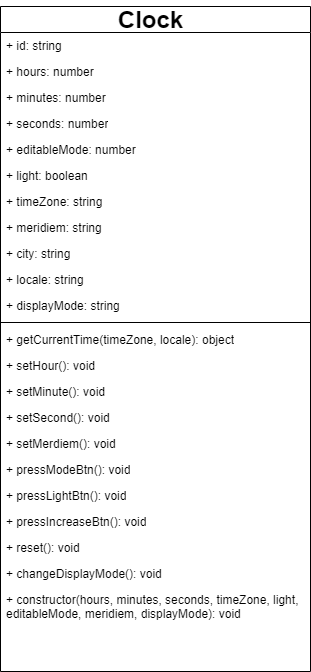
Earlier version of the draw.io export docs/Watch Diagram.drawio.png (yennguyenthihoang/digital-clock-react-app). Source tidied: cells renumbered, new cells last; positions are measured from the earlier drawing's top-left corner, leaving out a move shared by most shapes.
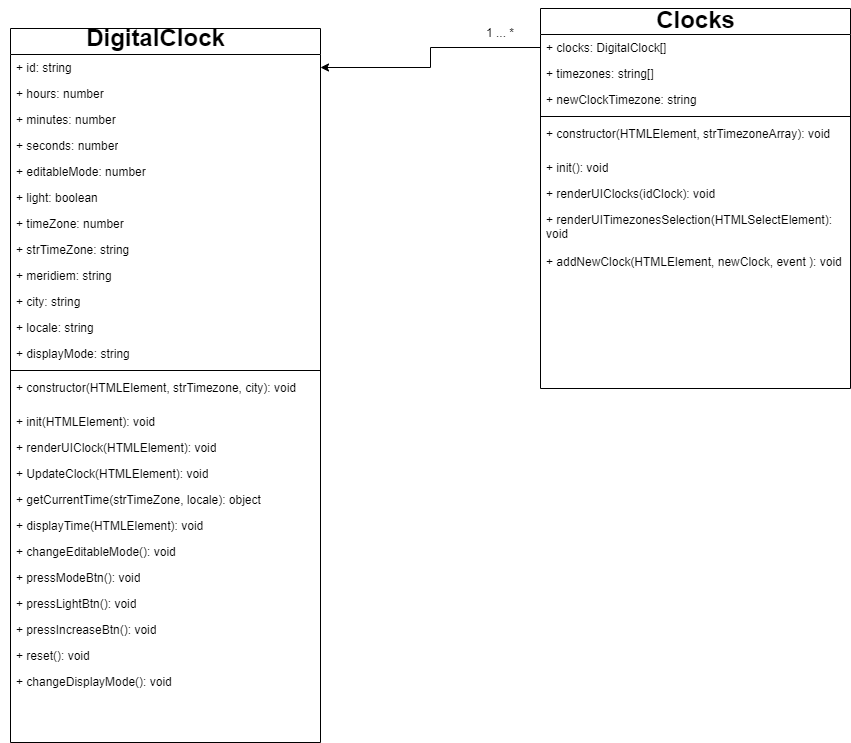
The same diagram one commit later.

Change to the diagram source:
```diff
@@ -3,7 +3,7 @@
     <mxCell id="0" />
     <mxCell id="1" parent="0" />
     <mxCell id="2" value="&lt;span style=&quot;color: rgba(0 , 0 , 0 , 0) ; font-family: monospace ; font-size: 0px ; font-weight: 400&quot;&gt;%3CmxGraphModel%3E%3Croot%3E%3CmxCell%20id%3D%220%22%2F%3E%3CmxCell%20id%3D%221%22%20parent%3D%220%22%2F%3E%3CmxCell%20id%3D%222%22%20value%3D%22%2B%20getSecond()%3A%20number%22%20style%3D%22text%3Bhtml%3D1%3BstrokeColor%3Dnone%3BfillColor%3Dnone%3Balign%3Dleft%3BverticalAlign%3Dtop%3BspacingLeft%3D4%3BspacingRight%3D4%3BwhiteSpace%3Dwrap%3Boverflow%3Dhidden%3Brotatable%3D0%3Bpoints%3D%5B%5B0%2C0.5%5D%2C%5B1%2C0.5%5D%5D%3BportConstraint%3Deastwest%3B%22%20vertex%3D%221%22%20parent%3D%221%22%3E%3CmxGeometry%20x%3D%2290%22%20y%3D%22377%22%20width%3D%22160%22%20height%3D%2226%22%20as%3D%22geometry%22%2F%3E%3C%2FmxCell%3E%3CmxCell%20id%3D%223%22%20value%3D%22%2B%20setSecond()%3A%20void%22%20style%3D%22text%3Bhtml%3D1%3BstrokeColor%3Dnone%3BfillColor%3Dnone%3Balign%3Dleft%3BverticalAlign%3Dtop%3BspacingLeft%3D4%3BspacingRight%3D4%3BwhiteSpace%3Dwrap%3Boverflow%3Dhidden%3Brotatable%3D0%3Bpoints%3D%5B%5B0%2C0.5%5D%2C%5B1%2C0.5%5D%5D%3BportConstraint%3Deastwest%3B%22%20vertex%3D%221%22%20parent%3D%221%22%3E%3CmxGeometry%20x%3D%2290%22%20y%3D%22403%22%20width%3D%22160%22%20height%3D%2226%22%20as%3D%22geometry%22%2F%3E%3C%2FmxCell%3E%3C%2Froot%3E%3C%2FmxGraphModel%3E&lt;/span&gt;" style="swimlane;html=1;fontStyle=1;align=center;verticalAlign=top;horizontal=1;startSize=26;swimlaneFillColor=#ffffff;rounded=0;shadow=0;comic=0;labelBackgroundColor=none;strokeWidth=1;fillColor=none;fontFamily=Verdana;fontSize=12;" parent="1" vertex="1">
-      <mxGeometry y="6" width="310" height="665" as="geometry" />
+      <mxGeometry y="6" width="310" height="714" as="geometry" />
     </mxCell>
     <mxCell id="3" value="+ id: string" style="text;html=1;strokeColor=none;fillColor=none;align=left;verticalAlign=top;spacingLeft=4;spacingRight=4;whiteSpace=wrap;overflow=hidden;points=[[0,0.5],[1,0.5]];portConstraint=eastwest;" parent="2" vertex="1">
       <mxGeometry y="26" width="310" height="26" as="geometry" />
@@ -23,59 +23,104 @@
     <mxCell id="8" value="+ light: boolean" style="text;html=1;strokeColor=none;fillColor=none;align=left;verticalAlign=top;spacingLeft=4;spacingRight=4;whiteSpace=wrap;overflow=hidden;" parent="2" vertex="1">
       <mxGeometry y="156" width="310" height="26" as="geometry" />
     </mxCell>
-    <mxCell id="9" value="+ timeZone: string" style="text;html=1;strokeColor=none;fillColor=none;align=left;verticalAlign=top;spacingLeft=4;spacingRight=4;whiteSpace=wrap;overflow=hidden;" parent="2" vertex="1">
+    <mxCell id="9" value="+ timeZone: number" style="text;html=1;strokeColor=none;fillColor=none;align=left;verticalAlign=top;spacingLeft=4;spacingRight=4;whiteSpace=wrap;overflow=hidden;" parent="2" vertex="1">
       <mxGeometry y="182" width="310" height="26" as="geometry" />
     </mxCell>
+    <mxCell id="27" value="+ strTimeZone: string" style="text;html=1;strokeColor=none;fillColor=none;align=left;verticalAlign=top;spacingLeft=4;spacingRight=4;whiteSpace=wrap;overflow=hidden;" parent="2" vertex="1">
+      <mxGeometry y="208" width="310" height="26" as="geometry" />
+    </mxCell>
     <mxCell id="10" value="+ meridiem: string" style="text;html=1;strokeColor=none;fillColor=none;align=left;verticalAlign=top;spacingLeft=4;spacingRight=4;whiteSpace=wrap;overflow=hidden;" parent="2" vertex="1">
-      <mxGeometry y="208" width="310" height="26" as="geometry" />
+      <mxGeometry y="234" width="310" height="26" as="geometry" />
     </mxCell>
     <mxCell id="11" value="+ city: string" style="text;html=1;strokeColor=none;fillColor=none;align=left;verticalAlign=top;spacingLeft=4;spacingRight=4;whiteSpace=wrap;overflow=hidden;" parent="2" vertex="1">
-      <mxGeometry y="234" width="310" height="26" as="geometry" />
+      <mxGeometry y="260" width="310" height="26" as="geometry" />
     </mxCell>
     <mxCell id="12" value="+ locale: string" style="text;html=1;strokeColor=none;fillColor=none;align=left;verticalAlign=top;spacingLeft=4;spacingRight=4;whiteSpace=wrap;overflow=hidden;" parent="2" vertex="1">
-      <mxGeometry y="260" width="310" height="26" as="geometry" />
+      <mxGeometry y="286" width="310" height="26" as="geometry" />
     </mxCell>
     <mxCell id="13" value="+ displayMode: string" style="text;html=1;strokeColor=none;fillColor=none;align=left;verticalAlign=top;spacingLeft=4;spacingRight=4;whiteSpace=wrap;overflow=hidden;" parent="2" vertex="1">
-      <mxGeometry y="286" width="310" height="26" as="geometry" />
+      <mxGeometry y="312" width="310" height="26" as="geometry" />
     </mxCell>
     <mxCell id="14" style="line;html=1;strokeWidth=1;fillColor=none;align=left;verticalAlign=middle;spacingTop=-1;spacingLeft=3;spacingRight=3;labelPosition=right;" parent="2" vertex="1">
-      <mxGeometry y="312" width="310" height="8" as="geometry" />
+      <mxGeometry y="338" width="310" height="8" as="geometry" />
     </mxCell>
+    <mxCell id="25" value="+ constructor(HTMLElement, strTimezone, city): void" style="text;html=1;strokeColor=none;fillColor=none;align=left;verticalAlign=top;spacingLeft=4;spacingRight=4;whiteSpace=wrap;overflow=hidden;" parent="2" vertex="1">
+      <mxGeometry y="346" width="310" height="34" as="geometry" />
+    </mxCell>
+    <mxCell id="16" value="+ init(HTMLElement): void" style="text;html=1;strokeColor=none;fillColor=none;align=left;verticalAlign=top;spacingLeft=4;spacingRight=4;whiteSpace=wrap;overflow=hidden;" parent="2" vertex="1">
+      <mxGeometry y="380" width="310" height="26" as="geometry" />
+    </mxCell>
+    <mxCell id="18" value="+ renderUIClock(HTMLElement): void" style="text;html=1;strokeColor=none;fillColor=none;align=left;verticalAlign=top;spacingLeft=4;spacingRight=4;whiteSpace=wrap;overflow=hidden;" parent="2" vertex="1">
+      <mxGeometry y="406" width="310" height="26" as="geometry" />
+    </mxCell>
+    <mxCell id="20" value="+ UpdateClock(HTMLElement): void" style="text;html=1;strokeColor=none;fillColor=none;align=left;verticalAlign=top;spacingLeft=4;spacingRight=4;whiteSpace=wrap;overflow=hidden;" parent="2" vertex="1">
+      <mxGeometry y="432" width="310" height="26" as="geometry" />
+    </mxCell>
-    <mxCell id="15" value="+ getCurrentTime(timeZone, locale): object" style="text;html=1;strokeColor=none;fillColor=none;align=left;verticalAlign=top;spacingLeft=4;spacingRight=4;whiteSpace=wrap;overflow=hidden;" parent="2" vertex="1">
-      <mxGeometry y="320" width="310" height="26" as="geometry" />
+    <mxCell id="15" value="+ getCurrentTime(strTimeZone, locale): object" style="text;html=1;strokeColor=none;fillColor=none;align=left;verticalAlign=top;spacingLeft=4;spacingRight=4;whiteSpace=wrap;overflow=hidden;" parent="2" vertex="1">
+      <mxGeometry y="458" width="310" height="26" as="geometry" />
     </mxCell>
-    <mxCell id="16" value="+ setHour(): void" style="text;html=1;strokeColor=none;fillColor=none;align=left;verticalAlign=top;spacingLeft=4;spacingRight=4;whiteSpace=wrap;overflow=hidden;" parent="2" vertex="1">
-      <mxGeometry y="346" width="310" height="26" as="geometry" />
-    </mxCell>
-    <mxCell id="17" value="+ setMinute(): void" style="text;html=1;strokeColor=none;fillColor=none;align=left;verticalAlign=top;spacingLeft=4;spacingRight=4;whiteSpace=wrap;overflow=hidden;" parent="2" vertex="1">
-      <mxGeometry y="372" width="310" height="26" as="geometry" />
+    <mxCell id="17" value="+ displayTime(HTMLElement): void" style="text;html=1;strokeColor=none;fillColor=none;align=left;verticalAlign=top;spacingLeft=4;spacingRight=4;whiteSpace=wrap;overflow=hidden;" parent="2" vertex="1">
+      <mxGeometry y="484" width="310" height="26" as="geometry" />
     </mxCell>
-    <mxCell id="18" value="+ setSecond(): void" style="text;html=1;strokeColor=none;fillColor=none;align=left;verticalAlign=top;spacingLeft=4;spacingRight=4;whiteSpace=wrap;overflow=hidden;" parent="2" vertex="1">
-      <mxGeometry y="398" width="310" height="26" as="geometry" />
-    </mxCell>
-    <mxCell id="19" value="+ setMerdiem(): void" style="text;html=1;strokeColor=none;fillColor=none;align=left;verticalAlign=top;spacingLeft=4;spacingRight=4;whiteSpace=wrap;overflow=hidden;" parent="2" vertex="1">
-      <mxGeometry y="424" width="310" height="26" as="geometry" />
+    <mxCell id="19" value="+ changeEditableMode(): void" style="text;html=1;strokeColor=none;fillColor=none;align=left;verticalAlign=top;spacingLeft=4;spacingRight=4;whiteSpace=wrap;overflow=hidden;" parent="2" vertex="1">
+      <mxGeometry y="510" width="310" height="26" as="geometry" />
     </mxCell>
-    <mxCell id="20" value="+ pressModeBtn(): void" style="text;html=1;strokeColor=none;fillColor=none;align=left;verticalAlign=top;spacingLeft=4;spacingRight=4;whiteSpace=wrap;overflow=hidden;" parent="2" vertex="1">
-      <mxGeometry y="450" width="310" height="26" as="geometry" />
-    </mxCell>
+    <mxCell id="28" value="+ pressModeBtn(): void" style="text;html=1;strokeColor=none;fillColor=none;align=left;verticalAlign=top;spacingLeft=4;spacingRight=4;whiteSpace=wrap;overflow=hidden;" parent="2" vertex="1">
+      <mxGeometry y="536" width="310" height="26" as="geometry" />
+    </mxCell>
     <mxCell id="21" value="+ pressLightBtn(): void" style="text;html=1;strokeColor=none;fillColor=none;align=left;verticalAlign=top;spacingLeft=4;spacingRight=4;whiteSpace=wrap;overflow=hidden;" parent="2" vertex="1">
-      <mxGeometry y="476" width="310" height="26" as="geometry" />
+      <mxGeometry y="562" width="310" height="26" as="geometry" />
     </mxCell>
     <mxCell id="22" value="+ pressIncreaseBtn(): void" style="text;html=1;strokeColor=none;fillColor=none;align=left;verticalAlign=top;spacingLeft=4;spacingRight=4;whiteSpace=wrap;overflow=hidden;" parent="2" vertex="1">
-      <mxGeometry y="502" width="310" height="26" as="geometry" />
+      <mxGeometry y="588" width="310" height="26" as="geometry" />
     </mxCell>
     <mxCell id="23" value="+ reset(): void" style="text;html=1;strokeColor=none;fillColor=none;align=left;verticalAlign=top;spacingLeft=4;spacingRight=4;whiteSpace=wrap;overflow=hidden;" parent="2" vertex="1">
-      <mxGeometry y="528" width="310" height="26" as="geometry" />
+      <mxGeometry y="614" width="310" height="26" as="geometry" />
     </mxCell>
     <mxCell id="24" value="+ changeDisplayMode(): void" style="text;html=1;strokeColor=none;fillColor=none;align=left;verticalAlign=top;spacingLeft=4;spacingRight=4;whiteSpace=wrap;overflow=hidden;" parent="2" vertex="1">
-      <mxGeometry y="554" width="310" height="26" as="geometry" />
+      <mxGeometry y="640" width="310" height="26" as="geometry" />
     </mxCell>
-    <mxCell id="25" value="+ constructor(hours, minutes, seconds, timeZone, light, editableMode, meridiem, displayMode): void" style="text;html=1;strokeColor=none;fillColor=none;align=left;verticalAlign=top;spacingLeft=4;spacingRight=4;whiteSpace=wrap;overflow=hidden;" parent="2" vertex="1">
-      <mxGeometry y="580" width="310" height="42" as="geometry" />
-    </mxCell>
-    <mxCell id="26" value="Clock" style="text;strokeColor=none;fillColor=none;html=1;fontSize=24;fontStyle=1;verticalAlign=middle;align=center;" parent="1" vertex="1">
-      <mxGeometry x="100" width="100" height="40" as="geometry" />
-    </mxCell>
+    <mxCell id="29" value="&lt;span style=&quot;color: rgba(0 , 0 , 0 , 0) ; font-family: monospace ; font-size: 0px ; font-weight: 400&quot;&gt;%3CmxGraphModel%3E%3Croot%3E%3CmxCell%20id%3D%220%22%2F%3E%3CmxCell%20id%3D%221%22%20parent%3D%220%22%2F%3E%3CmxCell%20id%3D%222%22%20value%3D%22%2B%20getSecond()%3A%20number%22%20style%3D%22text%3Bhtml%3D1%3BstrokeColor%3Dnone%3BfillColor%3Dnone%3Balign%3Dleft%3BverticalAlign%3Dtop%3BspacingLeft%3D4%3BspacingRight%3D4%3BwhiteSpace%3Dwrap%3Boverflow%3Dhidden%3Brotatable%3D0%3Bpoints%3D%5B%5B0%2C0.5%5D%2C%5B1%2C0.5%5D%5D%3BportConstraint%3Deastwest%3B%22%20vertex%3D%221%22%20parent%3D%221%22%3E%3CmxGeometry%20x%3D%2290%22%20y%3D%22377%22%20width%3D%22160%22%20height%3D%2226%22%20as%3D%22geometry%22%2F%3E%3C%2FmxCell%3E%3CmxCell%20id%3D%223%22%20value%3D%22%2B%20setSecond()%3A%20void%22%20style%3D%22text%3Bhtml%3D1%3BstrokeColor%3Dnone%3BfillColor%3Dnone%3Balign%3Dleft%3BverticalAlign%3Dtop%3BspacingLeft%3D4%3BspacingRight%3D4%3BwhiteSpace%3Dwrap%3Boverflow%3Dhidden%3Brotatable%3D0%3Bpoints%3D%5B%5B0%2C0.5%5D%2C%5B1%2C0.5%5D%5D%3BportConstraint%3Deastwest%3B%22%20vertex%3D%221%22%20parent%3D%221%22%3E%3CmxGeometry%20x%3D%2290%22%20y%3D%22403%22%20width%3D%22160%22%20height%3D%2226%22%20as%3D%22geometry%22%2F%3E%3C%2FmxCell%3E%3C%2Froot%3E%3C%2FmxGraphModel%3E&lt;/span&gt;" style="swimlane;html=1;fontStyle=1;align=center;verticalAlign=top;horizontal=1;startSize=26;swimlaneFillColor=#ffffff;rounded=0;shadow=0;comic=0;labelBackgroundColor=none;strokeWidth=1;fillColor=none;fontFamily=Verdana;fontSize=12;" parent="1" vertex="1">
+      <mxGeometry x="530" y="-14" width="310" height="380" as="geometry" />
+    </mxCell>
+    <mxCell id="30" value="+ clocks: DigitalClock[]" style="text;html=1;strokeColor=none;fillColor=none;align=left;verticalAlign=top;spacingLeft=4;spacingRight=4;whiteSpace=wrap;overflow=hidden;points=[[0,0.5],[1,0.5]];portConstraint=eastwest;" parent="29" vertex="1">
+      <mxGeometry y="26" width="310" height="26" as="geometry" />
+    </mxCell>
+    <mxCell id="31" value="+ timezones: string[]" style="text;html=1;strokeColor=none;fillColor=none;align=left;verticalAlign=top;spacingLeft=4;spacingRight=4;whiteSpace=wrap;overflow=hidden;" parent="29" vertex="1">
+      <mxGeometry y="52" width="310" height="26" as="geometry" />
+    </mxCell>
+    <mxCell id="32" value="+ newClockTimezone: string" style="text;html=1;strokeColor=none;fillColor=none;align=left;verticalAlign=top;spacingLeft=4;spacingRight=4;whiteSpace=wrap;overflow=hidden;" parent="29" vertex="1">
+      <mxGeometry y="78" width="310" height="26" as="geometry" />
+    </mxCell>
+    <mxCell id="33" style="line;html=1;strokeWidth=1;fillColor=none;align=left;verticalAlign=middle;spacingTop=-1;spacingLeft=3;spacingRight=3;labelPosition=right;" parent="29" vertex="1">
+      <mxGeometry y="104" width="310" height="8" as="geometry" />
+    </mxCell>
+    <mxCell id="34" value="+ constructor(HTMLElement, strTimezoneArray): void" style="text;html=1;strokeColor=none;fillColor=none;align=left;verticalAlign=top;spacingLeft=4;spacingRight=4;whiteSpace=wrap;overflow=hidden;" parent="29" vertex="1">
+      <mxGeometry y="112" width="310" height="34" as="geometry" />
+    </mxCell>
+    <mxCell id="35" value="+ init(): void" style="text;html=1;strokeColor=none;fillColor=none;align=left;verticalAlign=top;spacingLeft=4;spacingRight=4;whiteSpace=wrap;overflow=hidden;" parent="29" vertex="1">
+      <mxGeometry y="146" width="310" height="26" as="geometry" />
+    </mxCell>
+    <mxCell id="36" value="+ renderUIClocks(idClock): void" style="text;html=1;strokeColor=none;fillColor=none;align=left;verticalAlign=top;spacingLeft=4;spacingRight=4;whiteSpace=wrap;overflow=hidden;" parent="29" vertex="1">
+      <mxGeometry y="172" width="310" height="26" as="geometry" />
+    </mxCell>
+    <mxCell id="37" value="+ renderUITimezonesSelection(HTMLSelectElement): void" style="text;html=1;strokeColor=none;fillColor=none;align=left;verticalAlign=top;spacingLeft=4;spacingRight=4;whiteSpace=wrap;overflow=hidden;" parent="29" vertex="1">
+      <mxGeometry y="198" width="310" height="42" as="geometry" />
+    </mxCell>
+    <mxCell id="38" value="+ addNewClock(HTMLElement, newClock, event ): void" style="text;html=1;strokeColor=none;fillColor=none;align=left;verticalAlign=top;spacingLeft=4;spacingRight=4;whiteSpace=wrap;overflow=hidden;" parent="29" vertex="1">
+      <mxGeometry y="240" width="310" height="26" as="geometry" />
+    </mxCell>
+    <mxCell id="39" style="edgeStyle=elbowEdgeStyle;elbow=horizontal;endArrow=classic;html=1;rounded=0;entryX=1;entryY=0.5;entryDx=0;entryDy=0;exitX=0;exitY=0.5;exitDx=0;exitDy=0;" parent="1" edge="1" source="30" target="3">
+      <mxGeometry relative="1" as="geometry" />
+    </mxCell>
+    <mxCell id="40" value="DigitalClock" style="text;strokeColor=none;fillColor=none;html=1;fontSize=24;fontStyle=1;verticalAlign=middle;align=center;" parent="1" vertex="1">
+      <mxGeometry x="-10" y="-4" width="310" height="40" as="geometry" />
+    </mxCell>
+    <mxCell id="41" value="Clocks" style="text;strokeColor=none;fillColor=none;html=1;fontSize=24;fontStyle=1;verticalAlign=middle;align=center;" parent="1" vertex="1">
+      <mxGeometry x="530" y="-22" width="310" height="40" as="geometry" />
+    </mxCell>
+    <mxCell id="42" value="1 ... *" style="text;html=1;strokeColor=none;fillColor=none;align=center;verticalAlign=middle;whiteSpace=wrap;rounded=0;" parent="1" vertex="1">
+      <mxGeometry x="460" y="-4" width="60" height="30" as="geometry" />
+    </mxCell>
   </root>
 </mxGraphModel>
```
